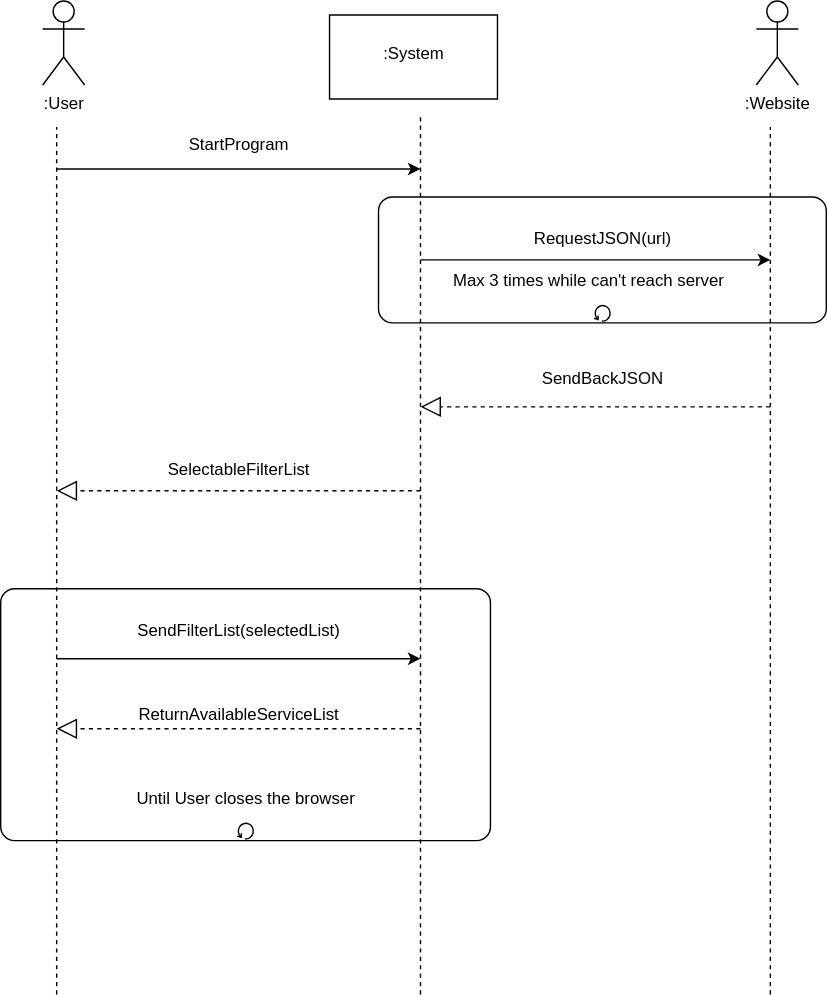
The draw.io diagram documentation/behaviour/external_behaviour/External_Behaviour.svg in Geostartico/Trusted-list-browser, before a commit. Source tidied: cells renumbered, new cells last; positions are measured from the earlier drawing's top-left corner, leaving out a move shared by most shapes.
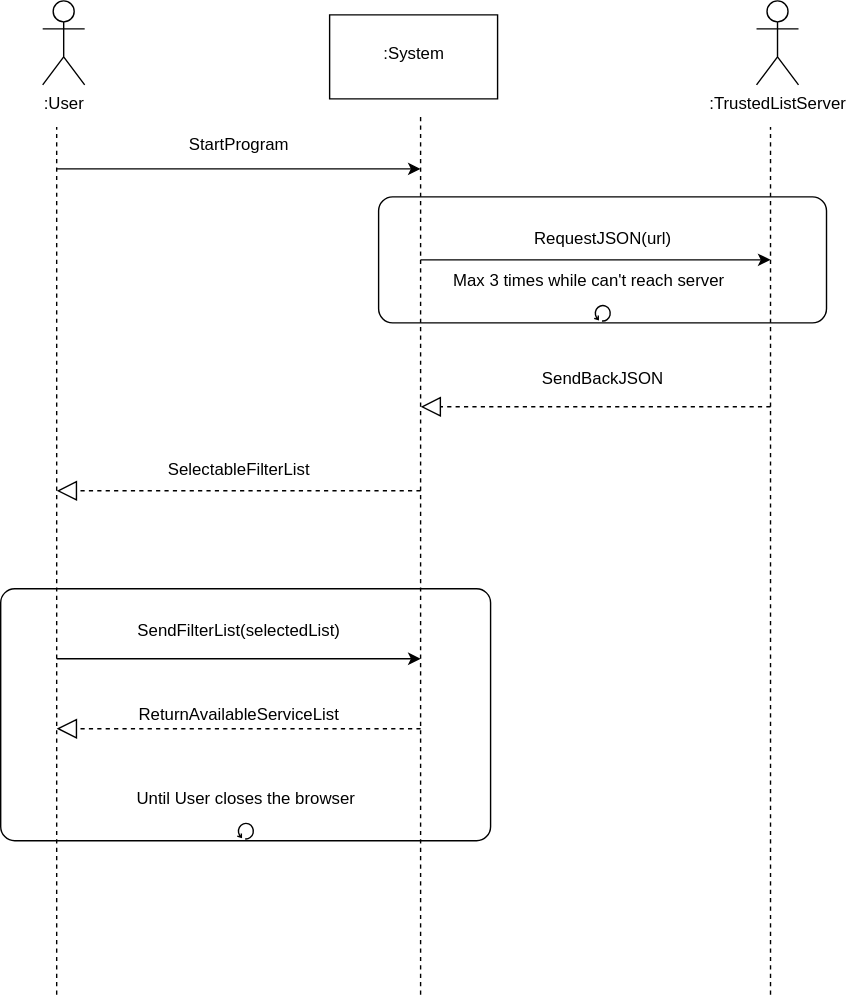
After the change.

The edit, as a diff of the source:
```diff
@@ -14,7 +14,7 @@
     <mxCell id="5" value=":User" style="shape=umlActor;verticalLabelPosition=bottom;verticalAlign=top;html=1;" parent="1" vertex="1">
       <mxGeometry x="30" width="30" height="60" as="geometry" />
     </mxCell>
-    <mxCell id="6" value=":Website" style="shape=umlActor;verticalLabelPosition=bottom;verticalAlign=top;html=1;" parent="1" vertex="1">
+    <mxCell id="6" value=":TrustedListServer" style="shape=umlActor;verticalLabelPosition=bottom;verticalAlign=top;html=1;" parent="1" vertex="1">
       <mxGeometry x="540" width="30" height="60" as="geometry" />
     </mxCell>
     <mxCell id="7" value="&lt;div&gt;:System&lt;/div&gt;&lt;div&gt;&lt;br&gt;&lt;/div&gt;" style="text;html=1;align=center;verticalAlign=middle;strokeColor=none;fillColor=none;" parent="1" vertex="1">
```
